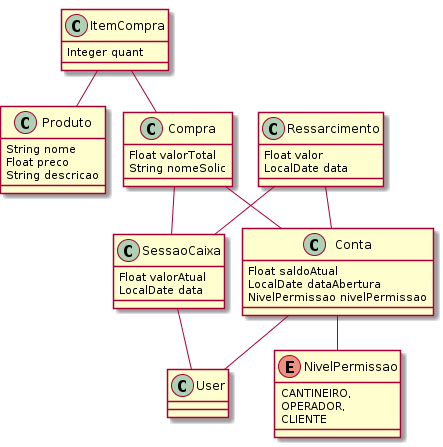
The PlantUML diagram datamodel.png in BulkSecurityGeneratorProject/caixaudv, before a commit. Source of this version:
```plantuml
@startuml
	!pragma graphviz_dot jdot
	!pragma syntax class
	class Produto  {
		String nome
		Float preco
		String descricao
	}
	class ItemCompra  {
		Integer quant
	}
	class Compra  {
		Float valorTotal
		String nomeSolic
	}
	class SessaoCaixa  {
		Float valorAtual
		LocalDate data
	}
	enum NivelPermissao {
		CANTINEIRO,
		OPERADOR,
		CLIENTE
	}
	class Conta  {
		Float saldoAtual
		LocalDate dataAbertura
		NivelPermissao nivelPermissao
	}
	Conta ..> NivelPermissao
	class Ressarcimento  {
		Float valor
		LocalDate data
	}
	Compra  "sessaoCaixa 0..* " o-- "compras 0..1 "  SessaoCaixa
	Ressarcimento  "sessaoCaixa 0..* " o-- "ressarcimentos 0..1 "  SessaoCaixa
	Ressarcimento  "conta 0..* " o-- "ressarcimentos 0..1 "  Conta
	Compra  "conta 0..* " o-- "compras 0..1 "  Conta
	ItemCompra  "produto 0..* " o-- "itensCompra 0..1 "  Produto
	ItemCompra  "compra 0..* " o-- "itensCompra 0..1 "  Compra
	SessaoCaixa  "user(login) 0..* " o-- "sessoesCaixa 0..1 "  User
	Conta  "user(login) 0..1 " -- "conta 0..1 "  User
	class User  {
	}
@enduml
```
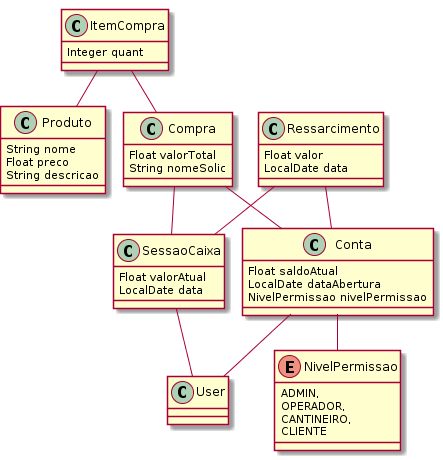
Above is the later version.

Diff of the diagram source:
```diff
@@ -18,8 +18,9 @@
 		LocalDate data
 	}
 	enum NivelPermissao {
+		ADMIN,
+		OPERADOR,
 		CANTINEIRO,
-		OPERADOR,
 		CLIENTE
 	}
 	class Conta  {
```
